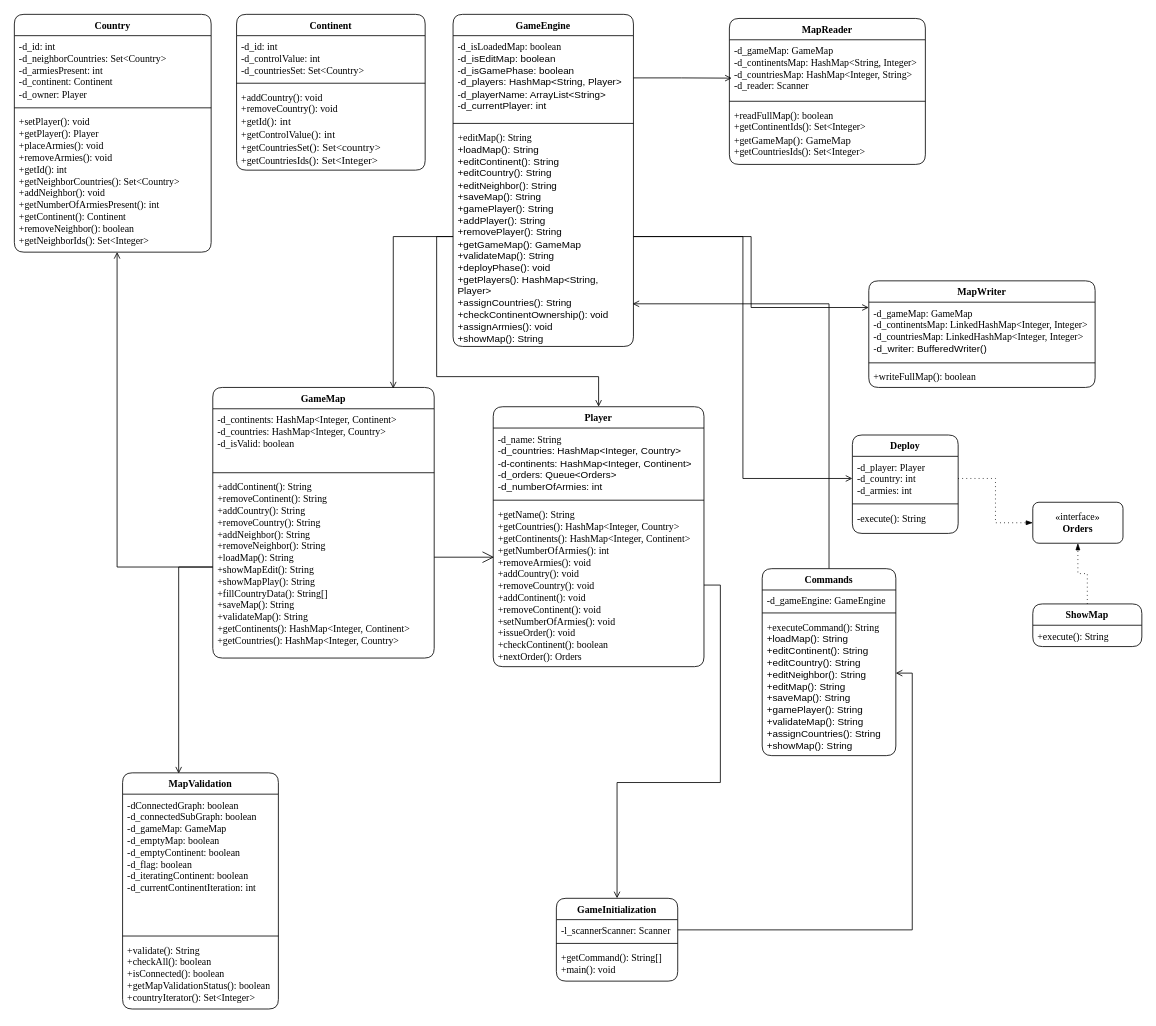
The draw.io diagram architectural diagram.drawio in Concordia-Winter-2024/SOEN-6441-Warzone-Team19, before the edit. Source tidied: cells renumbered, new cells numbered last; positions are measured from the earlier drawing's top-left corner, leaving out a move shared by most shapes. Both pictures are drawn from the tidied source at 82%, with x=0, y=0 at pixel (14, 14).
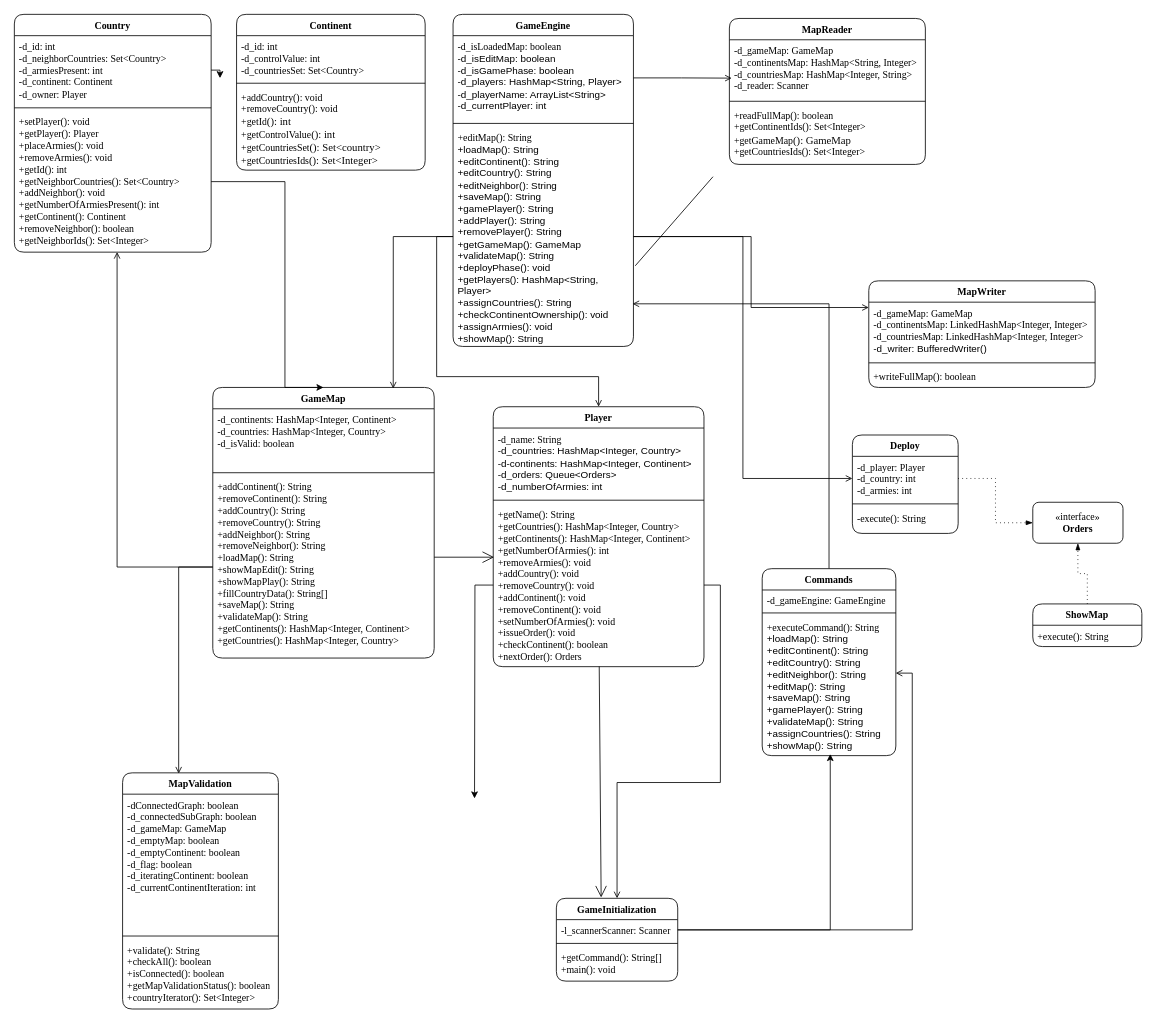
Above is the later version.

Commit message:
updated architectural diagram

Unchanged cells that the change refers to:
```xml
<mxCell id="2" value="&lt;font face=&quot;Times New Roman&quot;&gt;Country&lt;/font&gt;" style="swimlane;fontStyle=1;align=center;verticalAlign=top;horizontal=1;startSize=26;whiteSpace=wrap;html=1;rounded=1;" parent="1" vertex="1">
  <mxGeometry width="240" height="290" as="geometry" />
</mxCell>
<mxCell id="3" value="&lt;font face=&quot;Times New Roman&quot; style=&quot;font-size: 12px;&quot;&gt;-d_id: int&lt;br&gt;-d_neighborCountries: Set&amp;lt;Country&amp;gt;&lt;br&gt;-d_armiesPresent: int&lt;br&gt;-d_continent: Continent&lt;br&gt;-d_owner: Player&lt;br&gt;&lt;/font&gt;&lt;div&gt;&lt;br&gt;&lt;/div&gt;" style="text;strokeColor=none;fillColor=none;align=left;verticalAlign=top;spacingLeft=4;spacingRight=4;overflow=hidden;points=[[0,0.5],[1,0.5]];portConstraint=eastwest;whiteSpace=wrap;html=1;rounded=1;" parent="2" vertex="1">
  <mxGeometry y="26" width="240" height="84" as="geometry" />
</mxCell>
<mxCell id="5" value="&lt;font face=&quot;Times New Roman&quot;&gt;+setPlayer(): void&lt;br&gt;+getPlayer(): Player&lt;br&gt;+placeArmies(): void&lt;br&gt;+removeArmies(): void&lt;br&gt;+getId(): int&lt;br&gt;+getNeighborCountries(): Set&amp;lt;Country&amp;gt;&lt;br&gt;+addNeighbor(): void&lt;br&gt;+getNumberOfArmiesPresent(): int&lt;br&gt;+getContinent(): Continent&lt;br&gt;+removeNeighbor(): boolean&lt;br&gt;+getNeighborIds(): Set&amp;lt;Integer&amp;gt;&lt;/font&gt;&lt;div&gt;&lt;br&gt;&lt;/div&gt;" style="text;strokeColor=none;fillColor=none;align=left;verticalAlign=top;spacingLeft=4;spacingRight=4;overflow=hidden;points=[[0,0.5],[1,0.5]];portConstraint=eastwest;whiteSpace=wrap;html=1;rounded=1;" parent="2" vertex="1">
  <mxGeometry y="118" width="240" height="172" as="geometry" />
</mxCell>
<mxCell id="13" value="&lt;div&gt;&lt;font face=&quot;Times New Roman&quot;&gt;+editMap(): String&lt;/font&gt;&lt;/div&gt;&lt;div&gt;&lt;font face=&quot;hXwpHgo_wCpGjLK0mvvF&quot;&gt;+loadMap(): String&lt;/font&gt;&lt;/div&gt;&lt;div&gt;&lt;font face=&quot;hXwpHgo_wCpGjLK0mvvF&quot;&gt;+editContinent(): String&lt;/font&gt;&lt;/div&gt;&lt;div&gt;&lt;font face=&quot;hXwpHgo_wCpGjLK0mvvF&quot;&gt;+editCountry(): String&lt;/font&gt;&lt;/div&gt;&lt;div&gt;&lt;font face=&quot;hXwpHgo_wCpGjLK0mvvF&quot;&gt;+editNeighbor(): String&lt;/font&gt;&lt;/div&gt;&lt;div&gt;&lt;font face=&quot;hXwpHgo_wCpGjLK0mvvF&quot;&gt;+saveMap(): String&lt;/font&gt;&lt;/div&gt;&lt;div&gt;&lt;font face=&quot;hXwpHgo_wCpGjLK0mvvF&quot;&gt;+gamePlayer(): String&lt;/font&gt;&lt;/div&gt;&lt;div&gt;&lt;font face=&quot;hXwpHgo_wCpGjLK0mvvF&quot;&gt;+addPlayer(): String&lt;/font&gt;&lt;/div&gt;&lt;div&gt;&lt;font face=&quot;hXwpHgo_wCpGjLK0mvvF&quot;&gt;+removePlayer(): String&lt;/font&gt;&lt;/div&gt;&lt;div&gt;&lt;font face=&quot;hXwpHgo_wCpGjLK0mvvF&quot;&gt;+getGameMap(): GameMap&lt;/font&gt;&lt;/div&gt;&lt;div&gt;&lt;font face=&quot;hXwpHgo_wCpGjLK0mvvF&quot;&gt;+validateMap(): String&lt;/font&gt;&lt;/div&gt;&lt;div&gt;&lt;font face=&quot;hXwpHgo_wCpGjLK0mvvF&quot;&gt;+deployPhase(): void&lt;/font&gt;&lt;/div&gt;&lt;div&gt;&lt;font face=&quot;hXwpHgo_wCpGjLK0mvvF&quot;&gt;+getPlayers(): HashMap&amp;lt;String, Player&amp;gt;&lt;/font&gt;&lt;/div&gt;&lt;div&gt;&lt;font face=&quot;hXwpHgo_wCpGjLK0mvvF&quot;&gt;+assignCountries(): String&lt;/font&gt;&lt;/div&gt;&lt;div&gt;&lt;font face=&quot;hXwpHgo_wCpGjLK0mvvF&quot;&gt;+checkContinentOwnership(): void&lt;/font&gt;&lt;/div&gt;&lt;div&gt;&lt;font face=&quot;hXwpHgo_wCpGjLK0mvvF&quot;&gt;+assignArmies(): void&lt;/font&gt;&lt;/div&gt;&lt;div&gt;&lt;font face=&quot;hXwpHgo_wCpGjLK0mvvF&quot;&gt;+showMap(): String&lt;/font&gt;&lt;/div&gt;" style="text;strokeColor=none;fillColor=none;align=left;verticalAlign=top;spacingLeft=4;spacingRight=4;overflow=hidden;points=[[0,0.5],[1,0.5]];portConstraint=eastwest;whiteSpace=wrap;html=1;rounded=1;" parent="10" vertex="1">
  <mxGeometry y="137" width="220" height="268" as="geometry" />
</mxCell>
<mxCell id="22" value="&lt;font face=&quot;Times New Roman&quot;&gt;GameMap&lt;/font&gt;" style="swimlane;fontStyle=1;align=center;verticalAlign=top;horizontal=1;startSize=26;whiteSpace=wrap;html=1;rounded=1;" parent="1" vertex="1">
  <mxGeometry x="242" y="455" width="270" height="330" as="geometry" />
</mxCell>
<mxCell id="26" value="&lt;font face=&quot;Times New Roman&quot;&gt;Player&lt;/font&gt;" style="swimlane;fontStyle=1;align=center;verticalAlign=top;horizontal=1;startSize=26;whiteSpace=wrap;html=1;rounded=1;" parent="1" vertex="1">
  <mxGeometry x="584" y="478.5" width="257" height="317" as="geometry" />
</mxCell>
<mxCell id="29" value="&lt;font face=&quot;Times New Roman&quot;&gt;+getName(): String&lt;br&gt;+getCountries(): HashMap&amp;lt;Integer, Country&amp;gt;&lt;br&gt;+getContinents(): HashMap&amp;lt;Integer, Continent&amp;gt;&lt;br&gt;+getNumberOfArmies(): int&lt;br&gt;+removeArmies(): void&lt;br&gt;+addCountry(): void&lt;br&gt;+removeCountry(): void&lt;br&gt;+addContinent(): void&lt;br&gt;+removeContinent(): void&lt;br&gt;+setNumberOfArmies(): void&lt;br&gt;+issueOrder(): void&lt;br&gt;+checkContinent(): boolean&lt;br&gt;+nextOrder(): Orders&lt;br&gt;&lt;/font&gt;&lt;div&gt;&lt;br&gt;&lt;/div&gt;" style="text;strokeColor=none;fillColor=none;align=left;verticalAlign=top;spacingLeft=4;spacingRight=4;overflow=hidden;points=[[0,0.5],[1,0.5]];portConstraint=eastwest;whiteSpace=wrap;html=1;rounded=1;" parent="26" vertex="1">
  <mxGeometry y="118" width="257" height="199" as="geometry" />
</mxCell>
<mxCell id="43" value="&lt;font face=&quot;Times New Roman&quot;&gt;GameInitialization&lt;/font&gt;" style="swimlane;fontStyle=1;align=center;verticalAlign=top;horizontal=1;startSize=26;whiteSpace=wrap;html=1;rounded=1;" parent="1" vertex="1">
  <mxGeometry x="661" y="1078" width="148" height="101" as="geometry" />
</mxCell>
<mxCell id="44" value="&lt;font face=&quot;Times New Roman&quot;&gt;-l_scannerScanner: Scanner&lt;/font&gt;" style="text;strokeColor=none;fillColor=none;align=left;verticalAlign=top;spacingLeft=4;spacingRight=4;overflow=hidden;points=[[0,0.5],[1,0.5]];portConstraint=eastwest;whiteSpace=wrap;html=1;rounded=1;" parent="43" vertex="1">
  <mxGeometry y="26" width="148" height="25" as="geometry" />
</mxCell>
```

Diff of the diagram source:
```diff
@@
+    <mxCell id="62" style="edgeStyle=orthogonalEdgeStyle;rounded=0;jettySize=auto;html=1;exitX=1;exitY=0.5;exitDx=0;exitDy=0;" parent="2" edge="1" source="3">
+      <mxGeometry relative="1" as="geometry">
+        <mxPoint x="250.8" y="77.8" as="targetPoint" />
+      </mxGeometry>
+    </mxCell>
@@
+    <mxCell id="63" style="edgeStyle=orthogonalEdgeStyle;rounded=0;jettySize=auto;html=1;exitX=0;exitY=0.5;exitDx=0;exitDy=0;" parent="26" edge="1" source="29">
+      <mxGeometry relative="1" as="geometry">
+        <mxPoint x="-22.8" y="477.7" as="targetPoint" />
+      </mxGeometry>
+    </mxCell>
@@
+    <mxCell id="64" style="edgeStyle=orthogonalEdgeStyle;rounded=0;jettySize=auto;html=1;exitX=1;exitY=0.5;exitDx=0;exitDy=0;entryX=0.5;entryY=0;entryDx=0;entryDy=0;" parent="1" edge="1" source="5" target="22">
+      <mxGeometry relative="1" as="geometry">
+        <Array as="points">
+          <mxPoint x="330" y="204" />
+          <mxPoint x="330" y="455" />
+        </Array>
+      </mxGeometry>
+    </mxCell>
+    <mxCell id="65" style="endArrow=none;html=1;rounded=0;exitX=1.01;exitY=0.633;exitDx=0;exitDy=0;exitPerimeter=0;" parent="1" edge="1" source="13">
+      <mxGeometry relative="1" as="geometry">
+        <mxPoint x="852" y="198" as="targetPoint" />
+      </mxGeometry>
+    </mxCell>
+    <mxCell id="66" style="endArrow=open;endFill=1;endSize=12;html=1;rounded=0;entryX=0.369;entryY=-0.01;entryDx=0;entryDy=0;entryPerimeter=0;exitX=0.503;exitY=0.999;exitDx=0;exitDy=0;exitPerimeter=0;" parent="1" edge="1" source="29" target="43">
+      <mxGeometry relative="1" as="geometry" />
+    </mxCell>
+    <mxCell id="67" style="edgeStyle=orthogonalEdgeStyle;rounded=0;jettySize=auto;html=1;exitX=1;exitY=0.5;exitDx=0;exitDy=0;" parent="1" edge="1" source="44">
+      <mxGeometry relative="1" as="geometry">
+        <mxPoint x="995" y="902" as="targetPoint" />
+        <Array as="points">
+          <mxPoint x="995" y="1117" />
+        </Array>
+      </mxGeometry>
+    </mxCell>
```
